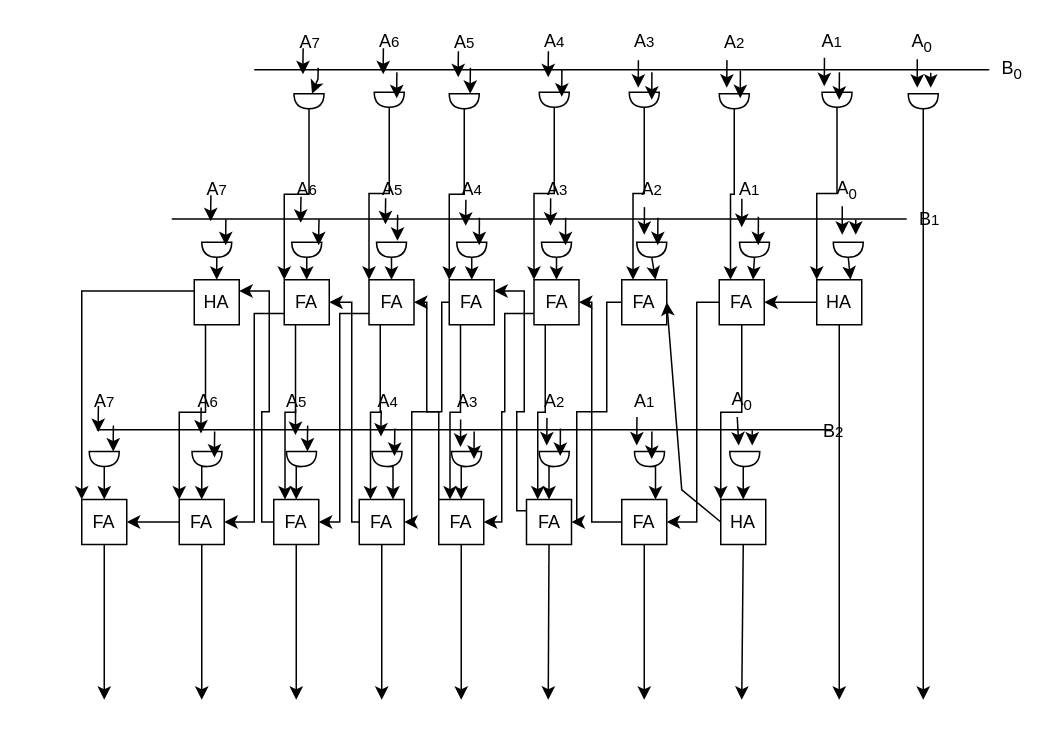
This is Hardware/MultBlock/Multiplier/3x8bitMultiplier.drawio from itsmartinhi/NN2HW, a draw.io file, before an edit. Source tidied: cells renumbered, new cells numbered last; positions are measured from the earlier drawing's top-left corner, leaving out a move shared by most shapes. Both pictures are drawn from the tidied source at 150%, with x=0, y=0 at pixel (81, 26).
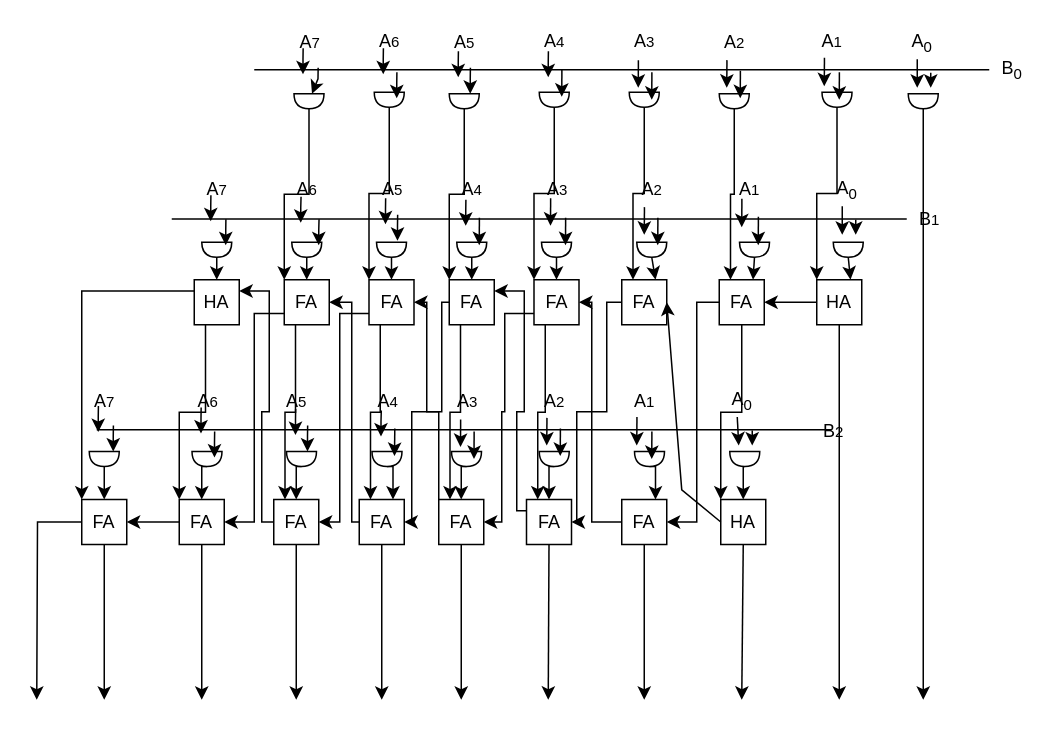
Above is the later version.

Unchanged cells that the change refers to:
```xml
<mxCell id="165" value="FA" style="rounded=0;whiteSpace=wrap;html=1;" parent="1" vertex="1">
  <mxGeometry y="315.5" width="30" height="30" as="geometry" />
</mxCell>
```

Diff of the diagram source:
```diff
@@
+    <mxCell id="174" style="edgeStyle=orthogonalEdgeStyle;rounded=0;jettySize=auto;html=1;exitX=0;exitY=0.5;exitDx=0;exitDy=0;" parent="1" edge="1" source="165">
+      <mxGeometry relative="1" as="geometry">
+        <mxPoint x="-30" y="449" as="targetPoint" />
+      </mxGeometry>
+    </mxCell>
```
